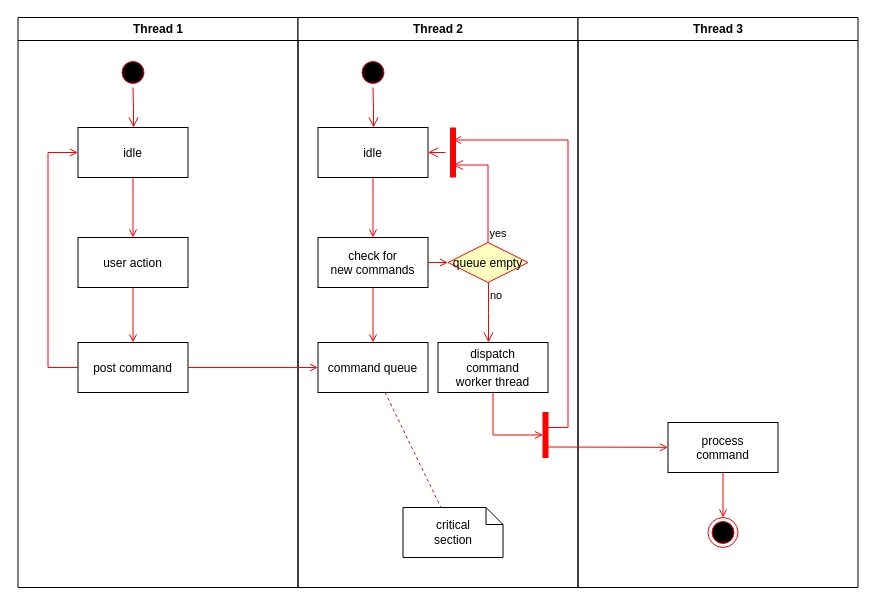
This is Untitled Diagram.drawio from arthur1989Ng/1112, a draw.io file, before an edit. Source tidied: cells renumbered, new cells numbered last; positions are measured from the earlier drawing's top-left corner, leaving out a move shared by most shapes. Both pictures are drawn from the tidied source at 100%, with x=0, y=0 at pixel (17, 17).
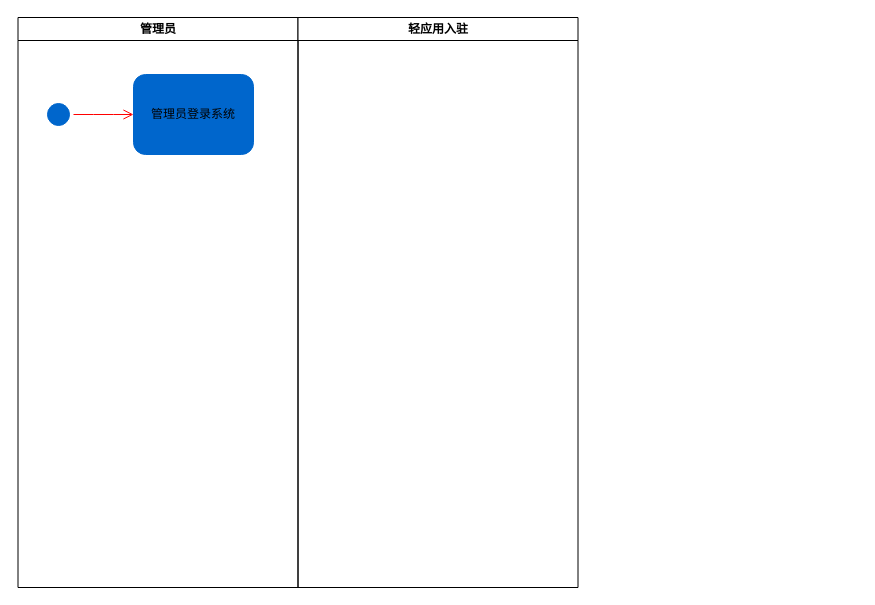
The same page after the edit.

Commit message:
轻应用入驻.drawio

What changed in the source:
```diff
@@
-    <mxCell id="2" value="Thread 1" style="swimlane;whiteSpace=wrap;" parent="1" vertex="1">
+    <mxCell id="2" value="管理员" style="swimlane;whiteSpace=wrap;" parent="1" vertex="1">
       <mxGeometry x="0.5" width="280" height="570" as="geometry" />
     </mxCell>
-    <mxCell id="3" style="ellipse;shape=startState;fillColor=#000000;strokeColor=#ff0000;" parent="2" vertex="1">
-      <mxGeometry x="100" y="40" width="30" height="30" as="geometry" />
-    </mxCell>
-    <mxCell id="4" style="edgeStyle=elbowEdgeStyle;elbow=horizontal;verticalAlign=bottom;endArrow=open;endSize=8;strokeColor=#FF0000;endFill=1;rounded=0;" parent="2" edge="1" source="3" target="5">
-      <mxGeometry x="100" y="40" as="geometry" />
-    </mxCell>
-    <mxCell id="5" value="idle" parent="2" vertex="1">
-      <mxGeometry x="60" y="110" width="110" height="50" as="geometry" />
-    </mxCell>
-    <mxCell id="6" value="user action" parent="2" vertex="1">
-      <mxGeometry x="60" y="220" width="110" height="50" as="geometry" />
-    </mxCell>
-    <mxCell id="7" style="endArrow=open;strokeColor=#FF0000;endFill=1;rounded=0;" parent="2" edge="1" source="5" target="6">
-      <mxGeometry relative="1" as="geometry" />
-    </mxCell>
-    <mxCell id="8" value="post command" parent="2" vertex="1">
-      <mxGeometry x="60" y="325" width="110" height="50" as="geometry" />
-    </mxCell>
-    <mxCell id="9" style="endArrow=open;strokeColor=#FF0000;endFill=1;rounded=0;" parent="2" edge="1" source="6" target="8">
-      <mxGeometry relative="1" as="geometry" />
-    </mxCell>
-    <mxCell id="10" style="edgeStyle=elbowEdgeStyle;elbow=horizontal;strokeColor=#FF0000;endArrow=open;endFill=1;rounded=0;" parent="2" edge="1" source="8" target="5">
-      <mxGeometry relative="1" as="geometry">
-        <Array as="points">
-          <mxPoint x="30" y="250" />
-        </Array>
-      </mxGeometry>
-    </mxCell>
+    <mxCell id="37" style="ellipse;html=1;shape=startState;fillColor=#0066CC;strokeColor=#0066CC;" parent="2" vertex="1">
+      <mxGeometry x="25.5" y="82" width="30" height="30" as="geometry" />
+    </mxCell>
+    <mxCell id="38" style="edgeStyle=orthogonalEdgeStyle;html=1;verticalAlign=bottom;endArrow=open;endSize=8;strokeColor=#ff0000;" parent="2" edge="1" source="37">
+      <mxGeometry relative="1" as="geometry">
+        <mxPoint x="115.5" y="97" as="targetPoint" />
+      </mxGeometry>
+    </mxCell>
+    <mxCell id="39" value="管理员登录系统" style="shape=ext;double=1;rounded=1;whiteSpace=wrap;html=1;strokeColor=#0066CC;fillColor=#0066CC;" parent="2" vertex="1">
+      <mxGeometry x="115.5" y="57" width="120" height="80" as="geometry" />
+    </mxCell>
-    <mxCell id="11" value="Thread 2" style="swimlane;whiteSpace=wrap;" parent="1" vertex="1">
+    <mxCell id="11" value="轻应用入驻" style="swimlane;whiteSpace=wrap;" parent="1" vertex="1">
       <mxGeometry x="280.5" width="280" height="570" as="geometry" />
     </mxCell>
-    <mxCell id="12" style="ellipse;shape=startState;fillColor=#000000;strokeColor=#ff0000;" parent="11" vertex="1">
-      <mxGeometry x="60" y="40" width="30" height="30" as="geometry" />
-    </mxCell>
-    <mxCell id="13" style="edgeStyle=elbowEdgeStyle;elbow=horizontal;verticalAlign=bottom;endArrow=open;endSize=8;strokeColor=#FF0000;endFill=1;rounded=0;" parent="11" edge="1" source="12" target="14">
-      <mxGeometry x="40" y="20" as="geometry" />
-    </mxCell>
-    <mxCell id="14" value="idle" parent="11" vertex="1">
-      <mxGeometry x="20" y="110" width="110" height="50" as="geometry" />
-    </mxCell>
-    <mxCell id="15" value="check for &#10;new commands" parent="11" vertex="1">
-      <mxGeometry x="20" y="220" width="110" height="50" as="geometry" />
-    </mxCell>
-    <mxCell id="16" style="endArrow=open;strokeColor=#FF0000;endFill=1;rounded=0;" parent="11" edge="1" source="14" target="15">
-      <mxGeometry relative="1" as="geometry" />
-    </mxCell>
-    <mxCell id="17" value="command queue" parent="11" vertex="1">
-      <mxGeometry x="20" y="325" width="110" height="50" as="geometry" />
-    </mxCell>
-    <mxCell id="18" style="endArrow=open;strokeColor=#FF0000;endFill=1;rounded=0;" parent="11" edge="1" source="15" target="17">
-      <mxGeometry relative="1" as="geometry" />
-    </mxCell>
-    <mxCell id="19" value="queue empty" style="rhombus;fillColor=#ffffc0;strokeColor=#ff0000;" parent="11" vertex="1">
-      <mxGeometry x="150" y="225" width="80" height="40" as="geometry" />
-    </mxCell>
-    <mxCell id="20" value="yes" style="edgeStyle=elbowEdgeStyle;elbow=horizontal;align=left;verticalAlign=bottom;endArrow=open;endSize=8;strokeColor=#FF0000;exitX=0.5;exitY=0;endFill=1;rounded=0;entryX=0.75;entryY=0.5;entryPerimeter=0;" parent="11" edge="1" source="19" target="23">
-      <mxGeometry x="-1" relative="1" as="geometry">
-        <Array as="points">
-          <mxPoint x="190" y="180" />
-        </Array>
-      </mxGeometry>
-    </mxCell>
-    <mxCell id="21" value="no" style="edgeStyle=elbowEdgeStyle;elbow=horizontal;align=left;verticalAlign=top;endArrow=open;endSize=8;strokeColor=#FF0000;endFill=1;rounded=0;" parent="11" edge="1" source="19" target="25">
-      <mxGeometry x="-1" relative="1" as="geometry" />
-    </mxCell>
-    <mxCell id="22" style="endArrow=open;strokeColor=#FF0000;endFill=1;rounded=0;" parent="11" edge="1" source="15" target="19">
-      <mxGeometry relative="1" as="geometry" />
-    </mxCell>
-    <mxCell id="23" style="shape=line;strokeWidth=6;strokeColor=#ff0000;rotation=90;" parent="11" vertex="1">
-      <mxGeometry x="130" y="127.5" width="50" height="15" as="geometry" />
-    </mxCell>
-    <mxCell id="24" style="edgeStyle=elbowEdgeStyle;elbow=horizontal;verticalAlign=bottom;endArrow=open;endSize=8;strokeColor=#FF0000;endFill=1;rounded=0;" parent="11" edge="1" source="23" target="14">
-      <mxGeometry x="130" y="90" as="geometry" />
-    </mxCell>
-    <mxCell id="25" value="dispatch&#10;command&#10;worker thread" parent="11" vertex="1">
-      <mxGeometry x="140" y="325" width="110" height="50" as="geometry" />
-    </mxCell>
-    <mxCell id="26" value="critical&#10;section" style="shape=note;whiteSpace=wrap;size=17;" parent="11" vertex="1">
-      <mxGeometry x="105" y="490" width="100" height="50" as="geometry" />
-    </mxCell>
-    <mxCell id="27" style="endArrow=none;strokeColor=#FF0000;endFill=0;rounded=0;dashed=1;" parent="11" edge="1" source="17" target="26">
-      <mxGeometry relative="1" as="geometry" />
-    </mxCell>
-    <mxCell id="28" style="whiteSpace=wrap;strokeColor=#FF0000;fillColor=#FF0000;" parent="11" vertex="1">
-      <mxGeometry x="245" y="395" width="5" height="45" as="geometry" />
-    </mxCell>
-    <mxCell id="29" style="edgeStyle=elbowEdgeStyle;elbow=horizontal;entryX=0;entryY=0.5;strokeColor=#FF0000;endArrow=open;endFill=1;rounded=0;" parent="11" edge="1" source="25" target="28">
-      <mxGeometry relative="1" as="geometry">
-        <Array as="points">
-          <mxPoint x="195" y="400" />
-        </Array>
-      </mxGeometry>
-    </mxCell>
-    <mxCell id="30" value="Thread 3" style="swimlane;whiteSpace=wrap;" parent="1" vertex="1">
-      <mxGeometry x="560.5" width="280" height="570" as="geometry" />
-    </mxCell>
-    <mxCell id="31" value="process&#10;command" parent="30" vertex="1">
-      <mxGeometry x="90" y="405" width="110" height="50" as="geometry" />
-    </mxCell>
-    <mxCell id="32" style="edgeStyle=elbowEdgeStyle;elbow=horizontal;strokeColor=#FF0000;endArrow=open;endFill=1;rounded=0;entryX=0.25;entryY=0.5;entryPerimeter=0;" parent="30" edge="1" target="23">
-      <mxGeometry relative="1" as="geometry">
-        <mxPoint x="-30" y="410" as="sourcePoint" />
-        <Array as="points">
-          <mxPoint x="-10" y="135" />
-        </Array>
-      </mxGeometry>
-    </mxCell>
-    <mxCell id="33" style="edgeStyle=none;strokeColor=#FF0000;endArrow=open;endFill=1;rounded=0;" parent="30" edge="1" target="31">
-      <mxGeometry relative="1" as="geometry">
-        <mxPoint x="-30" y="429.5" as="sourcePoint" />
-      </mxGeometry>
-    </mxCell>
-    <mxCell id="34" style="ellipse;shape=endState;fillColor=#000000;strokeColor=#ff0000;" parent="30" vertex="1">
-      <mxGeometry x="130" y="500" width="30" height="30" as="geometry" />
-    </mxCell>
-    <mxCell id="35" style="endArrow=open;strokeColor=#FF0000;endFill=1;rounded=0;" parent="30" edge="1" source="31" target="34">
-      <mxGeometry relative="1" as="geometry" />
-    </mxCell>
-    <mxCell id="36" style="endArrow=open;strokeColor=#FF0000;endFill=1;rounded=0;" parent="1" edge="1" source="8" target="17">
-      <mxGeometry relative="1" as="geometry" />
-    </mxCell>
```
